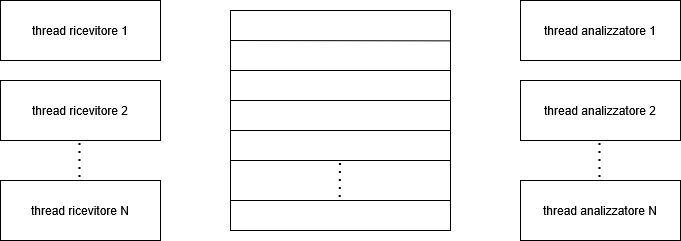
This is Images/Diagramma senza titolo.drawio.png from melo222/DAI-Open-Source, a draw.io export, as it was before one commit. Source tidied: cells renumbered, new cells last; positions are measured from the earlier drawing's top-left corner, leaving out a move shared by most shapes.
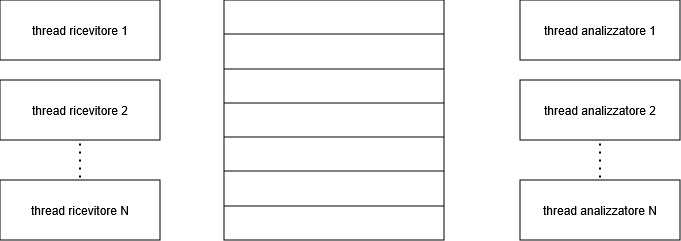
Later version of the same file.

Change to the diagram source:
```diff
@@ -20,9 +20,6 @@
     <mxCell id="7" value="thread&amp;nbsp;analizzatore N" style="rounded=0;whiteSpace=wrap;html=1;" parent="1" vertex="1">
       <mxGeometry x="520" y="180" width="160" height="60" as="geometry" />
     </mxCell>
-    <mxCell id="8" style="whiteSpace=wrap;html=1;" parent="1" vertex="1">
-      <mxGeometry x="230" y="10" width="220" height="220" as="geometry" />
-    </mxCell>
     <mxCell id="9" style="endArrow=none;dashed=1;html=1;dashPattern=1 3;strokeWidth=2;rounded=0;" parent="1" edge="1">
       <mxGeometry relative="1" as="geometry">
         <mxPoint x="79.5" y="177" as="sourcePoint" />
@@ -35,46 +32,50 @@
         <mxPoint x="599.5" y="137" as="targetPoint" />
       </mxGeometry>
     </mxCell>
-    <mxCell id="11" style="endArrow=none;html=1;rounded=0;entryX=1;entryY=0.138;entryDx=0;entryDy=0;entryPerimeter=0;" parent="1" edge="1" target="8">
-      <mxGeometry relative="1" as="geometry">
-        <mxPoint x="230" y="40" as="sourcePoint" />
-      </mxGeometry>
-    </mxCell>
-    <mxCell id="12" style="endArrow=none;html=1;rounded=0;entryX=1;entryY=0.138;entryDx=0;entryDy=0;entryPerimeter=0;" parent="1" edge="1">
-      <mxGeometry relative="1" as="geometry">
-        <mxPoint x="230" y="70" as="sourcePoint" />
-        <mxPoint x="450" y="70" as="targetPoint" />
-      </mxGeometry>
-    </mxCell>
-    <mxCell id="13" style="endArrow=none;html=1;rounded=0;entryX=1;entryY=0.138;entryDx=0;entryDy=0;entryPerimeter=0;" parent="1" edge="1">
-      <mxGeometry relative="1" as="geometry">
-        <mxPoint x="230" y="100" as="sourcePoint" />
-        <mxPoint x="450" y="100" as="targetPoint" />
-      </mxGeometry>
-    </mxCell>
-    <mxCell id="14" style="endArrow=none;html=1;rounded=0;entryX=1;entryY=0.138;entryDx=0;entryDy=0;entryPerimeter=0;" parent="1" edge="1">
-      <mxGeometry relative="1" as="geometry">
-        <mxPoint x="230" y="130" as="sourcePoint" />
-        <mxPoint x="450" y="130" as="targetPoint" />
-      </mxGeometry>
-    </mxCell>
-    <mxCell id="15" style="endArrow=none;html=1;rounded=0;entryX=1;entryY=0.138;entryDx=0;entryDy=0;entryPerimeter=0;" parent="1" edge="1">
-      <mxGeometry relative="1" as="geometry">
-        <mxPoint x="230" y="160" as="sourcePoint" />
-        <mxPoint x="450" y="160" as="targetPoint" />
-      </mxGeometry>
-    </mxCell>
-    <mxCell id="16" style="endArrow=none;html=1;rounded=0;entryX=1;entryY=0.138;entryDx=0;entryDy=0;entryPerimeter=0;" parent="1" edge="1">
-      <mxGeometry relative="1" as="geometry">
-        <mxPoint x="230" y="200" as="sourcePoint" />
-        <mxPoint x="450" y="200" as="targetPoint" />
-      </mxGeometry>
-    </mxCell>
-    <mxCell id="17" style="endArrow=none;dashed=1;html=1;dashPattern=1 3;strokeWidth=2;rounded=0;" parent="1" edge="1">
-      <mxGeometry relative="1" as="geometry">
-        <mxPoint x="339.7" y="197" as="sourcePoint" />
-        <mxPoint x="340" y="157" as="targetPoint" />
-      </mxGeometry>
-    </mxCell>
+    <mxCell id="18" style="shape=table;startSize=0;fontSize=16;" parent="1" vertex="1">
+      <mxGeometry x="224" width="220" height="240" as="geometry" />
+    </mxCell>
+    <mxCell id="19" style="shape=tableRow;horizontal=0;startSize=0;swimlaneHead=0;swimlaneBody=0;strokeColor=inherit;top=0;left=0;bottom=0;right=0;fillColor=none;fontSize=16;" parent="18" vertex="1">
+      <mxGeometry width="220" height="34" as="geometry" />
+    </mxCell>
+    <mxCell id="20" style="shape=partialRectangle;html=1;whiteSpace=wrap;strokeColor=inherit;overflow=hidden;fillColor=none;top=0;left=0;bottom=0;right=0;fontSize=16;" parent="19" vertex="1">
+      <mxGeometry width="220" height="34" as="geometry" />
+    </mxCell>
+    <mxCell id="21" style="shape=tableRow;horizontal=0;startSize=0;swimlaneHead=0;swimlaneBody=0;strokeColor=inherit;top=0;left=0;bottom=0;right=0;fillColor=none;fontSize=16;" parent="18" vertex="1">
+      <mxGeometry y="34" width="220" height="35" as="geometry" />
+    </mxCell>
+    <mxCell id="22" style="shape=partialRectangle;html=1;whiteSpace=wrap;strokeColor=inherit;overflow=hidden;fillColor=none;top=0;left=0;bottom=0;right=0;fontSize=16;" parent="21" vertex="1">
+      <mxGeometry width="220" height="35" as="geometry" />
+    </mxCell>
+    <mxCell id="23" style="shape=tableRow;horizontal=0;startSize=0;swimlaneHead=0;swimlaneBody=0;strokeColor=inherit;top=0;left=0;bottom=0;right=0;fillColor=none;fontSize=16;" parent="18" vertex="1">
+      <mxGeometry y="69" width="220" height="34" as="geometry" />
+    </mxCell>
+    <mxCell id="24" style="shape=partialRectangle;html=1;whiteSpace=wrap;strokeColor=inherit;overflow=hidden;fillColor=none;top=0;left=0;bottom=0;right=0;fontSize=16;" parent="23" vertex="1">
+      <mxGeometry width="220" height="34" as="geometry" />
+    </mxCell>
+    <mxCell id="25" style="shape=tableRow;horizontal=0;startSize=0;swimlaneHead=0;swimlaneBody=0;strokeColor=inherit;top=0;left=0;bottom=0;right=0;fillColor=none;fontSize=16;" parent="18" vertex="1">
+      <mxGeometry y="103" width="220" height="34" as="geometry" />
+    </mxCell>
+    <mxCell id="26" style="shape=partialRectangle;html=1;whiteSpace=wrap;strokeColor=inherit;overflow=hidden;fillColor=none;top=0;left=0;bottom=0;right=0;fontSize=16;" parent="25" vertex="1">
+      <mxGeometry width="220" height="34" as="geometry" />
+    </mxCell>
+    <mxCell id="27" style="shape=tableRow;horizontal=0;startSize=0;swimlaneHead=0;swimlaneBody=0;strokeColor=inherit;top=0;left=0;bottom=0;right=0;fillColor=none;fontSize=16;" parent="18" vertex="1">
+      <mxGeometry y="137" width="220" height="34" as="geometry" />
+    </mxCell>
+    <mxCell id="28" style="shape=partialRectangle;html=1;whiteSpace=wrap;strokeColor=inherit;overflow=hidden;fillColor=none;top=0;left=0;bottom=0;right=0;fontSize=16;" parent="27" vertex="1">
+      <mxGeometry width="220" height="34" as="geometry" />
+    </mxCell>
+    <mxCell id="29" style="shape=tableRow;horizontal=0;startSize=0;swimlaneHead=0;swimlaneBody=0;strokeColor=inherit;top=0;left=0;bottom=0;right=0;fillColor=none;fontSize=16;" parent="18" vertex="1">
+      <mxGeometry y="171" width="220" height="35" as="geometry" />
+    </mxCell>
+    <mxCell id="30" style="shape=partialRectangle;html=1;whiteSpace=wrap;strokeColor=inherit;overflow=hidden;fillColor=none;top=0;left=0;bottom=0;right=0;fontSize=16;" parent="29" vertex="1">
+      <mxGeometry width="220" height="35" as="geometry" />
+    </mxCell>
+    <mxCell id="31" style="shape=tableRow;horizontal=0;startSize=0;swimlaneHead=0;swimlaneBody=0;strokeColor=inherit;top=0;left=0;bottom=0;right=0;fillColor=none;fontSize=16;" parent="18" vertex="1">
+      <mxGeometry y="206" width="220" height="34" as="geometry" />
+    </mxCell>
+    <mxCell id="32" style="shape=partialRectangle;html=1;whiteSpace=wrap;strokeColor=inherit;overflow=hidden;fillColor=none;top=0;left=0;bottom=0;right=0;fontSize=16;" parent="31" vertex="1">
+      <mxGeometry width="220" height="34" as="geometry" />
+    </mxCell>
   </root>
 </mxGraphModel>
```
